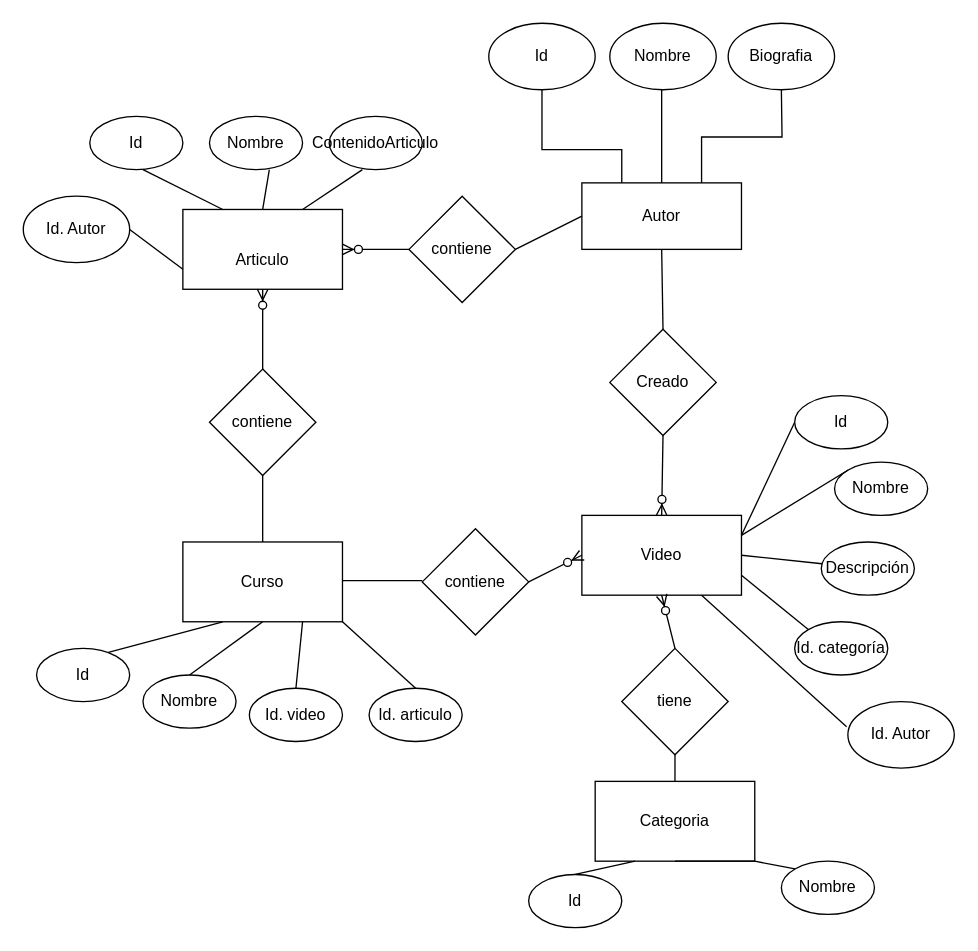
Above: LemonCode_Modelado_relacional.drawio in leonardocasimiro/BootcampBackend_III_Relacional_Modulo1Modelado (draw.io), before the change. Source tidied: cells renumbered, new cells numbered last; positions are measured from the earlier drawing's top-left corner, leaving out a move shared by most shapes. Both pictures are drawn from the tidied source at 133%, with x=0, y=0 at pixel (23, 23).
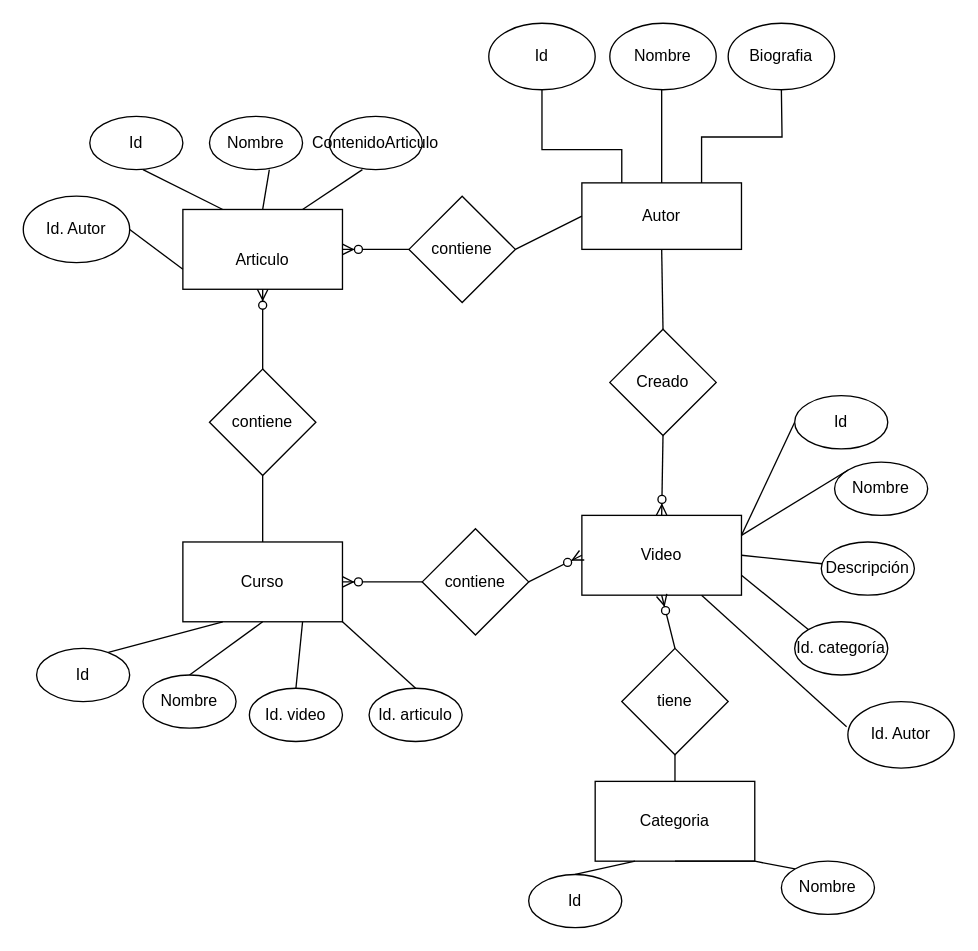
The same page after the edit.

The change refers to these unchanged cells:
```xml
<mxCell id="17" value="Curso" style="rounded=0;whiteSpace=wrap;html=1;" parent="1" vertex="1">
  <mxGeometry x="120" y="390" width="120" height="60" as="geometry" />
</mxCell>
<mxCell id="19" value="contiene" style="rhombus;whiteSpace=wrap;html=1;" parent="1" vertex="1">
  <mxGeometry x="300" y="380" width="80" height="80" as="geometry" />
</mxCell>
```

Diff of the diagram source:
```diff
@@
-    <mxCell id="20" style="rounded=0;orthogonalLoop=1;jettySize=auto;html=1;exitX=1;exitY=0.5;exitDx=0;exitDy=0;entryX=0;entryY=0.5;entryDx=0;entryDy=0;endArrow=none;endFill=0;" parent="1" edge="1">
-      <mxGeometry relative="1" as="geometry">
-        <mxPoint x="240" y="419" as="sourcePoint" />
-        <mxPoint x="300" y="419" as="targetPoint" />
-      </mxGeometry>
-    </mxCell>
@@
+    <mxCell id="62" style="fontSize=12;html=1;endArrow=ERzeroToMany;endFill=1;rounded=0;exitX=0;exitY=0.5;exitDx=0;exitDy=0;entryX=1;entryY=0.5;entryDx=0;entryDy=0;" parent="1" edge="1" source="19" target="17">
+      <mxGeometry relative="1" as="geometry" />
+    </mxCell>
```
